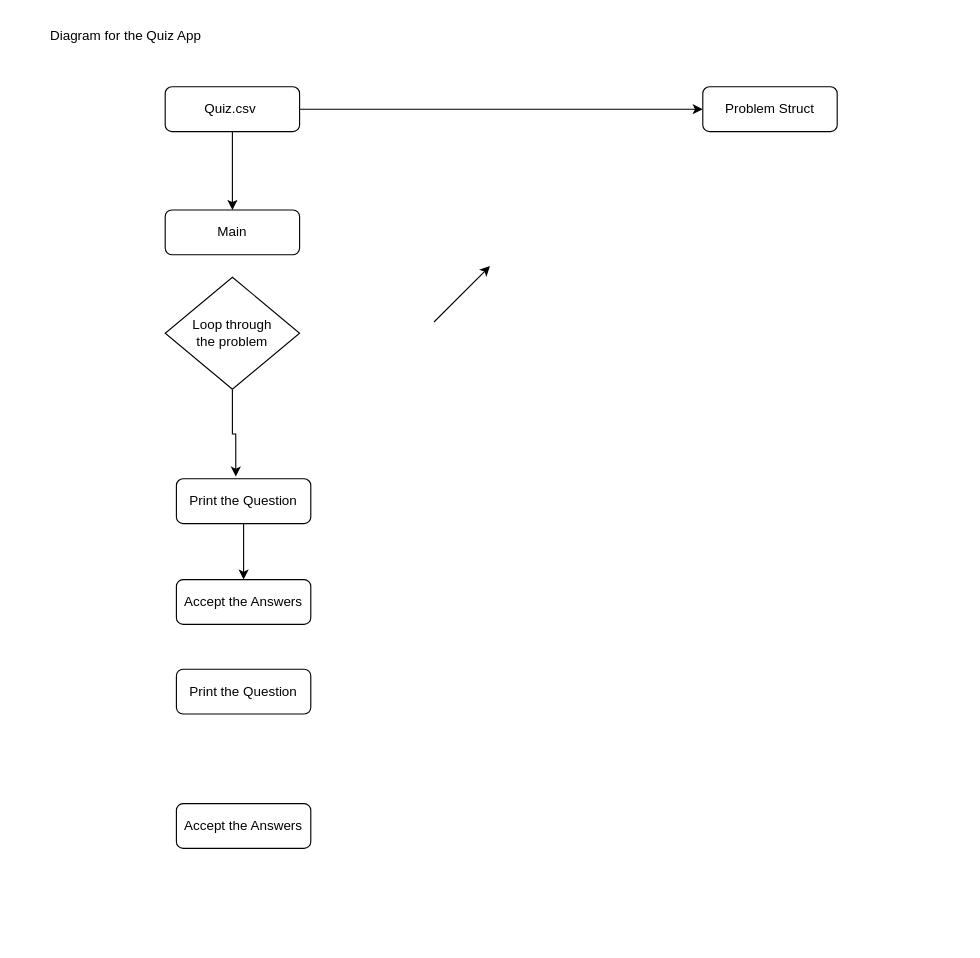
Earlier version of the draw.io diagram Untitled Diagram.drawio (sunday4me/Quiz). Source tidied: cells renumbered, new cells numbered last; positions are measured from the earlier drawing's top-left corner, leaving out a move shared by most shapes. Both pictures are drawn from the tidied source at 112%, with x=0, y=0 at pixel (19, 19).
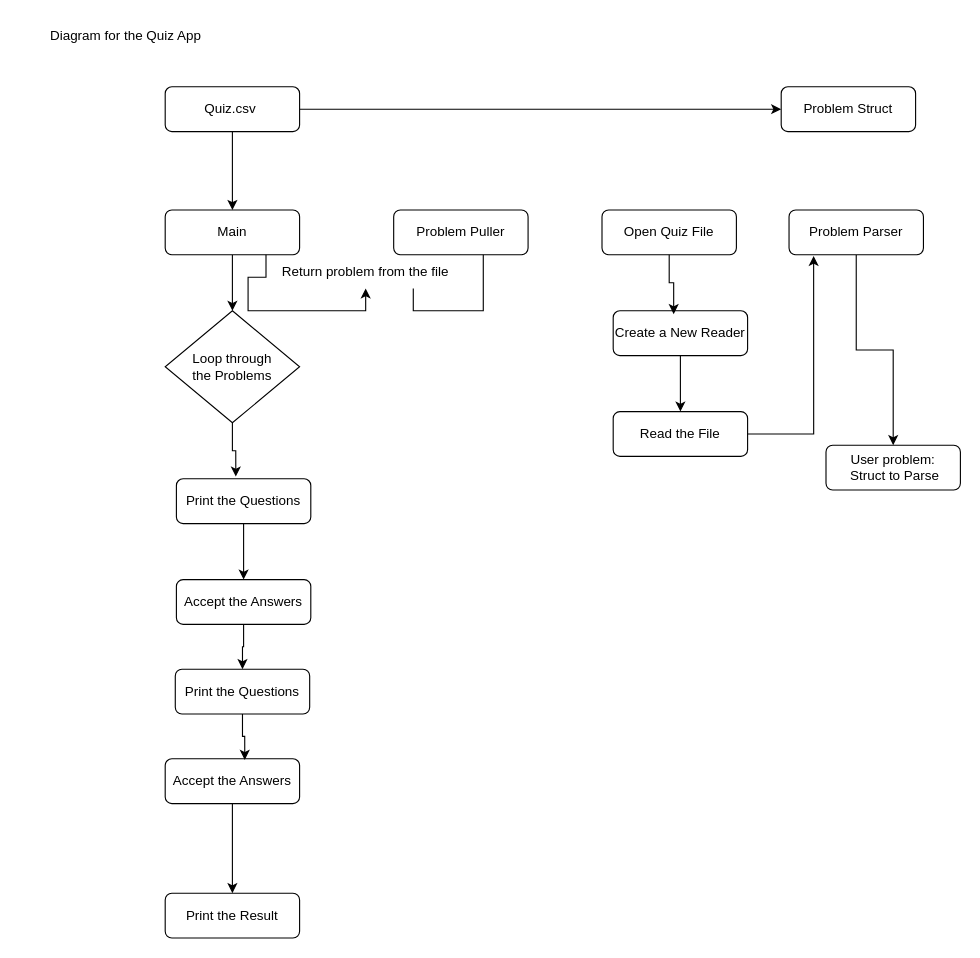
After the change.

The change refers to these unchanged cells:
```xml
<mxCell id="5" value="Main" style="rounded=1;whiteSpace=wrap;html=1;fontSize=12;glass=0;strokeWidth=1;shadow=0;" parent="1" vertex="1">
  <mxGeometry x="130" y="170" width="120" height="40" as="geometry" />
</mxCell>
<mxCell id="6" value="Accept the Answers" style="rounded=1;whiteSpace=wrap;html=1;fontSize=12;glass=0;strokeWidth=1;shadow=0;" parent="1" vertex="1">
  <mxGeometry x="140" y="500" width="120" height="40" as="geometry" />
</mxCell>
```

Change to the diagram source:
```diff
@@
+    <mxCell id="16" style="edgeStyle=orthogonalEdgeStyle;rounded=0;jettySize=auto;html=1;exitX=0.5;exitY=1;exitDx=0;exitDy=0;" parent="1" edge="1" source="5" target="12">
+      <mxGeometry relative="1" as="geometry" />
+    </mxCell>
+    <mxCell id="17" style="edgeStyle=orthogonalEdgeStyle;rounded=0;jettySize=auto;html=1;exitX=0.75;exitY=1;exitDx=0;exitDy=0;entryX=0.5;entryY=1;entryDx=0;entryDy=0;" parent="1" edge="1" source="27" target="22">
+      <mxGeometry relative="1" as="geometry" />
+    </mxCell>
@@
+    <mxCell id="18" style="edgeStyle=orthogonalEdgeStyle;rounded=0;jettySize=auto;html=1;exitX=0.5;exitY=1;exitDx=0;exitDy=0;entryX=0.5;entryY=0;entryDx=0;entryDy=0;" parent="1" edge="1" source="6" target="15">
+      <mxGeometry relative="1" as="geometry" />
+    </mxCell>
@@
-    <mxCell id="8" value="Print the Question" style="rounded=1;whiteSpace=wrap;html=1;fontSize=12;glass=0;strokeWidth=1;shadow=0;" parent="1" vertex="1">
+    <mxCell id="8" value="Print the Questions" style="rounded=1;whiteSpace=wrap;html=1;fontSize=12;glass=0;strokeWidth=1;shadow=0;" parent="1" vertex="1">
       <mxGeometry x="140" y="410" width="120" height="40" as="geometry" />
     </mxCell>
@@
     <mxCell id="10" value="Problem Struct" style="rounded=1;whiteSpace=wrap;html=1;fontSize=12;glass=0;strokeWidth=1;shadow=0;" parent="1" vertex="1">
-      <mxGeometry x="610" y="60" width="120" height="40" as="geometry" />
+      <mxGeometry x="680" y="60" width="120" height="40" as="geometry" />
     </mxCell>
@@
-    <mxCell id="12" value="Loop through &lt;br&gt;the problem" style="rhombus;whiteSpace=wrap;html=1;" parent="1" vertex="1">
-      <mxGeometry x="130" y="230" width="120" height="100" as="geometry" />
+    <mxCell id="12" value="Loop through &lt;br&gt;the Problems" style="rhombus;whiteSpace=wrap;html=1;" parent="1" vertex="1">
+      <mxGeometry x="130" y="260" width="120" height="100" as="geometry" />
     </mxCell>
-    <mxCell id="13" style="endArrow=classic;html=1;rounded=0;" parent="1" edge="1">
-      <mxGeometry relative="1" as="geometry">
-        <mxPoint x="370" y="270" as="sourcePoint" />
-        <mxPoint x="420" y="220" as="targetPoint" />
-      </mxGeometry>
-    </mxCell>
+    <mxCell id="19" style="edgeStyle=orthogonalEdgeStyle;rounded=0;jettySize=auto;html=1;exitX=0.5;exitY=1;exitDx=0;exitDy=0;entryX=0.5;entryY=0;entryDx=0;entryDy=0;" parent="1" edge="1" source="14" target="20">
+      <mxGeometry relative="1" as="geometry" />
+    </mxCell>
     <mxCell id="14" value="Accept the Answers" style="rounded=1;whiteSpace=wrap;html=1;fontSize=12;glass=0;strokeWidth=1;shadow=0;" parent="1" vertex="1">
-      <mxGeometry x="140" y="700" width="120" height="40" as="geometry" />
+      <mxGeometry x="130" y="660" width="120" height="40" as="geometry" />
     </mxCell>
-    <mxCell id="15" value="Print the Question" style="rounded=1;whiteSpace=wrap;html=1;fontSize=12;glass=0;strokeWidth=1;shadow=0;" parent="1" vertex="1">
-      <mxGeometry x="140" y="580" width="120" height="40" as="geometry" />
+    <mxCell id="15" value="Print the Questions" style="rounded=1;whiteSpace=wrap;html=1;fontSize=12;glass=0;strokeWidth=1;shadow=0;" parent="1" vertex="1">
+      <mxGeometry x="139" y="580" width="120" height="40" as="geometry" />
     </mxCell>
+    <mxCell id="20" value="Print the Result" style="rounded=1;whiteSpace=wrap;html=1;fontSize=12;glass=0;strokeWidth=1;shadow=0;" parent="1" vertex="1">
+      <mxGeometry x="130" y="780" width="120" height="40" as="geometry" />
+    </mxCell>
+    <mxCell id="21" style="edgeStyle=orthogonalEdgeStyle;rounded=0;jettySize=auto;html=1;exitX=0.5;exitY=1;exitDx=0;exitDy=0;entryX=0.592;entryY=0.025;entryDx=0;entryDy=0;entryPerimeter=0;" parent="1" edge="1" source="15" target="14">
+      <mxGeometry relative="1" as="geometry" />
+    </mxCell>
+    <mxCell id="22" value="Problem Puller" style="rounded=1;whiteSpace=wrap;html=1;fontSize=12;glass=0;strokeWidth=1;shadow=0;" parent="1" vertex="1">
+      <mxGeometry x="334" y="170" width="120" height="40" as="geometry" />
+    </mxCell>
+    <mxCell id="23" value="Open Quiz File" style="rounded=1;whiteSpace=wrap;html=1;fontSize=12;glass=0;strokeWidth=1;shadow=0;" parent="1" vertex="1">
+      <mxGeometry x="520" y="170" width="120" height="40" as="geometry" />
+    </mxCell>
+    <mxCell id="24" style="edgeStyle=orthogonalEdgeStyle;rounded=0;jettySize=auto;html=1;exitX=0.5;exitY=1;exitDx=0;exitDy=0;" parent="1" edge="1" source="25" target="32">
+      <mxGeometry relative="1" as="geometry" />
+    </mxCell>
+    <mxCell id="25" value="Problem Parser" style="rounded=1;whiteSpace=wrap;html=1;fontSize=12;glass=0;strokeWidth=1;shadow=0;" parent="1" vertex="1">
+      <mxGeometry x="687" y="170" width="120" height="40" as="geometry" />
+    </mxCell>
+    <mxCell id="26" style="edgeStyle=orthogonalEdgeStyle;rounded=0;jettySize=auto;html=1;exitX=0.75;exitY=1;exitDx=0;exitDy=0;entryX=0.5;entryY=1;entryDx=0;entryDy=0;" parent="1" edge="1" source="5" target="27">
+      <mxGeometry relative="1" as="geometry" />
+    </mxCell>
+    <mxCell id="27" value="Return problem from the file" style="text;html=1;strokeColor=none;fillColor=none;align=center;verticalAlign=middle;whiteSpace=wrap;rounded=0;" parent="1" vertex="1">
+      <mxGeometry x="224" y="210" width="170" height="30" as="geometry" />
+    </mxCell>
+    <mxCell id="28" style="edgeStyle=orthogonalEdgeStyle;rounded=0;jettySize=auto;html=1;exitX=0.5;exitY=1;exitDx=0;exitDy=0;entryX=0.5;entryY=0;entryDx=0;entryDy=0;" parent="1" edge="1" source="29" target="30">
+      <mxGeometry relative="1" as="geometry" />
+    </mxCell>
+    <mxCell id="29" value="Create a New Reader" style="rounded=1;whiteSpace=wrap;html=1;fontSize=12;glass=0;strokeWidth=1;shadow=0;" parent="1" vertex="1">
+      <mxGeometry x="530" y="260" width="120" height="40" as="geometry" />
+    </mxCell>
+    <mxCell id="30" value="Read the File" style="rounded=1;whiteSpace=wrap;html=1;fontSize=12;glass=0;strokeWidth=1;shadow=0;" parent="1" vertex="1">
+      <mxGeometry x="530" y="350" width="120" height="40" as="geometry" />
+    </mxCell>
+    <mxCell id="31" style="edgeStyle=orthogonalEdgeStyle;rounded=0;jettySize=auto;html=1;exitX=0.5;exitY=1;exitDx=0;exitDy=0;entryX=0.45;entryY=0.075;entryDx=0;entryDy=0;entryPerimeter=0;" parent="1" edge="1" source="23" target="29">
+      <mxGeometry relative="1" as="geometry" />
+    </mxCell>
+    <mxCell id="32" value="User problem:&lt;br&gt;&amp;nbsp;Struct to Parse" style="rounded=1;whiteSpace=wrap;html=1;fontSize=12;glass=0;strokeWidth=1;shadow=0;" parent="1" vertex="1">
+      <mxGeometry x="720" y="380" width="120" height="40" as="geometry" />
+    </mxCell>
+    <mxCell id="33" style="edgeStyle=orthogonalEdgeStyle;rounded=0;jettySize=auto;html=1;exitX=1;exitY=0.5;exitDx=0;exitDy=0;entryX=0.183;entryY=1.025;entryDx=0;entryDy=0;entryPerimeter=0;" parent="1" edge="1" source="30" target="25">
+      <mxGeometry relative="1" as="geometry" />
+    </mxCell>
```
